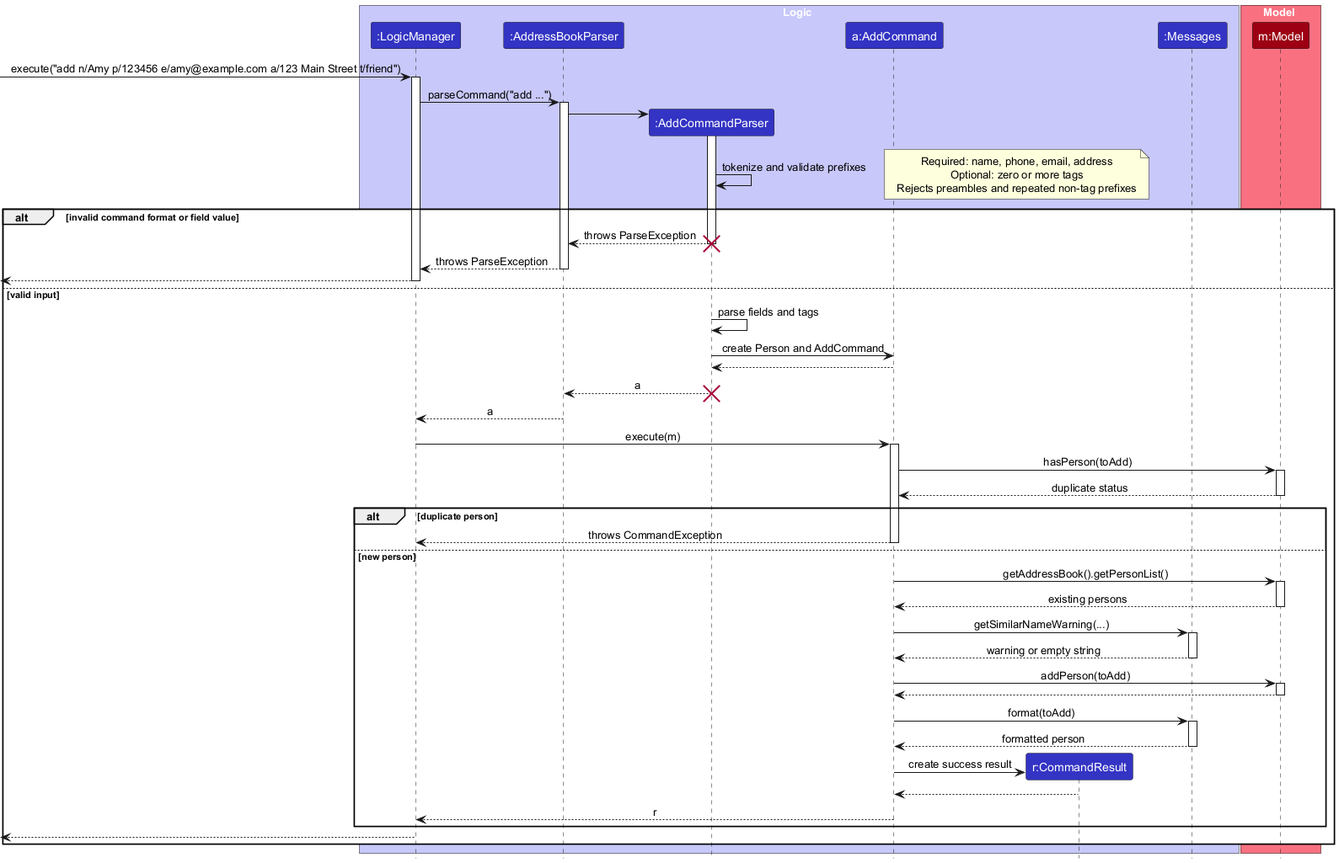
This is docs/images/AddCommandSequenceDiagram.png from AY2627S1-CS2103T-W08-3/tp, a PlantUML export, as it was before one commit. The source it was exported from:
```plantuml
@startuml
!include style.puml
skinparam ArrowFontStyle plain

box Logic LOGIC_COLOR_T1
participant ":LogicManager" as LogicManager LOGIC_COLOR
participant ":AddressBookParser" as AddressBookParser LOGIC_COLOR
participant ":AddCommandParser" as AddCommandParser LOGIC_COLOR
participant "a:AddCommand" as AddCommand LOGIC_COLOR
participant "r:CommandResult" as CommandResult LOGIC_COLOR
participant ":Messages" as Messages LOGIC_COLOR
end box

box Model MODEL_COLOR_T1
participant "m:Model" as Model MODEL_COLOR
end box

[-> LogicManager : execute("add n/Amy p/123456 e/amy@example.com a/123 Main Street t/friend")
activate LogicManager

LogicManager -> AddressBookParser : parseCommand("add ...")
activate AddressBookParser

create AddCommandParser
AddressBookParser -> AddCommandParser
activate AddCommandParser

AddCommandParser -> AddCommandParser : tokenize and validate prefixes
note right
Required: name, phone, email, address
Optional: zero or more tags
Rejects preambles and repeated non-tag prefixes
end note

alt invalid command format or field value
    AddCommandParser --> AddressBookParser : throws ParseException
    destroy AddCommandParser
    AddressBookParser --> LogicManager : throws ParseException
    deactivate AddressBookParser
    [<--LogicManager
    deactivate LogicManager
else valid input
    AddCommandParser -> AddCommandParser : parse fields and tags
    AddCommandParser -> AddCommand : create Person and AddCommand
    AddCommand --> AddCommandParser
    AddCommandParser --> AddressBookParser : a
    deactivate AddCommandParser
    destroy AddCommandParser

    AddressBookParser --> LogicManager : a
    deactivate AddressBookParser

    LogicManager -> AddCommand : execute(m)
    activate AddCommand
    AddCommand -> Model : hasPerson(toAdd)
    activate Model
    Model --> AddCommand : duplicate status
    deactivate Model

    alt duplicate person
        AddCommand --> LogicManager : throws CommandException
        deactivate AddCommand
    else new person
        AddCommand -> Model : getAddressBook().getPersonList()
        activate Model
        Model --> AddCommand : existing persons
        deactivate Model
        AddCommand -> Messages : getSimilarNameWarning(...)
        activate Messages
        Messages --> AddCommand : warning or empty string
        deactivate Messages

        AddCommand -> Model : addPerson(toAdd)
        activate Model
        Model --> AddCommand
        deactivate Model
        AddCommand -> Messages : format(toAdd)
        activate Messages
        Messages --> AddCommand : formatted person
        deactivate Messages
        create CommandResult
        AddCommand -> CommandResult : create success result
        CommandResult --> AddCommand
        deactivate CommandResult
        AddCommand --> LogicManager : r
        deactivate AddCommand
    end
    [<--LogicManager
    deactivate LogicManager
end
@enduml
```
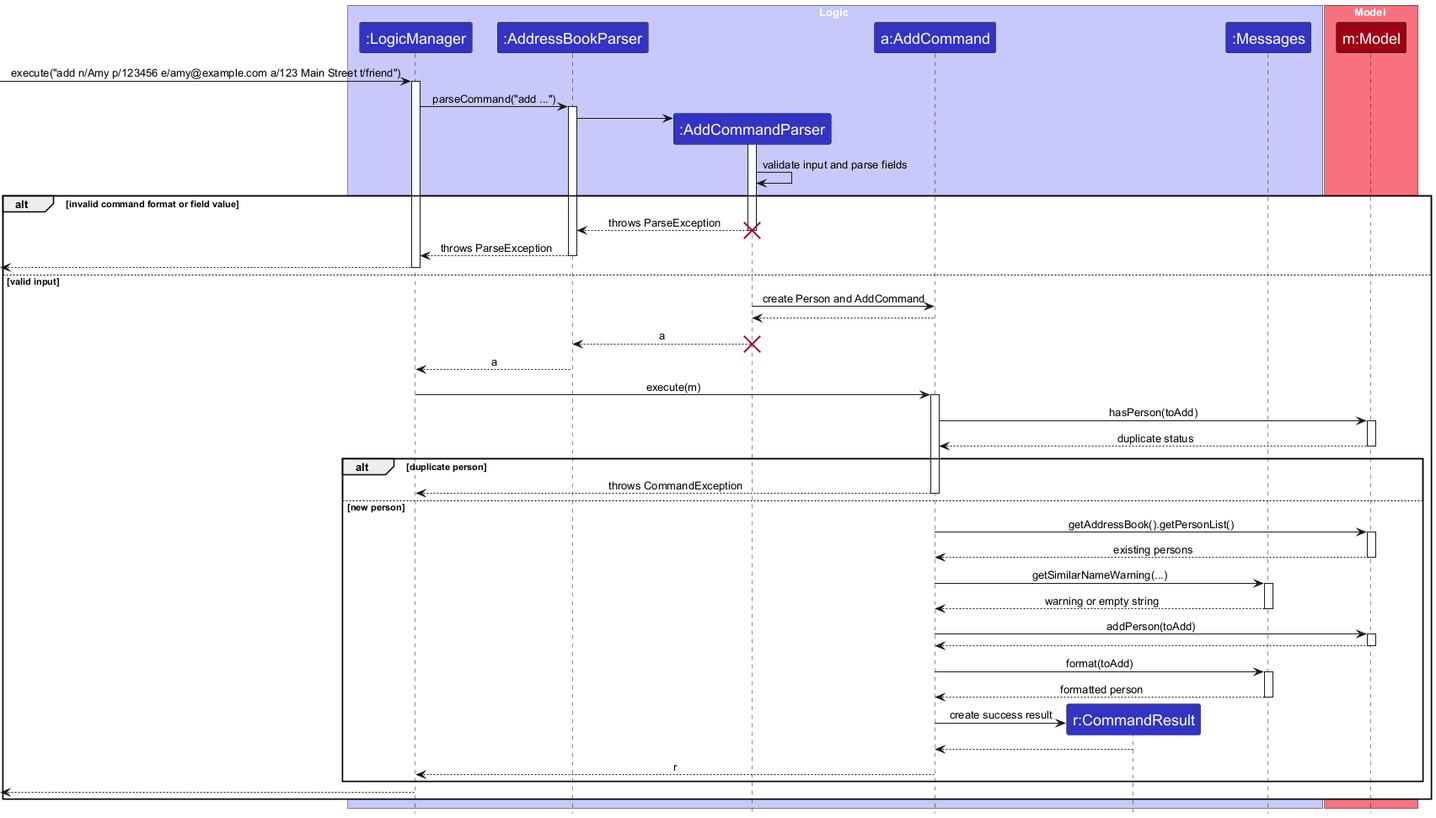
Above is the later version.

Commit message:
Improve Add Command diagram readability

The Add Command sequence diagram is difficult to read at its
previous font size and contains redundant parser annotations.
Increase the diagram fonts, simplify the parser flow, and renumber
the Developer Guide steps for clearer presentation.

Diff of the diagram source:
```diff
@@ -1,6 +1,9 @@
 @startuml
 !include style.puml
 skinparam ArrowFontStyle plain
+skinparam ParticipantFontSize 18
+skinparam SequenceMessageFontSize 17
+skinparam SequenceBoxFontSize 18
 
 box Logic LOGIC_COLOR_T1
 participant ":LogicManager" as LogicManager LOGIC_COLOR
@@ -25,12 +28,7 @@
 AddressBookParser -> AddCommandParser
 activate AddCommandParser
 
-AddCommandParser -> AddCommandParser : tokenize and validate prefixes
-note right
-Required: name, phone, email, address
-Optional: zero or more tags
-Rejects preambles and repeated non-tag prefixes
-end note
+AddCommandParser -> AddCommandParser : validate input and parse fields
 
 alt invalid command format or field value
     AddCommandParser --> AddressBookParser : throws ParseException
@@ -40,7 +38,6 @@
     [<--LogicManager
     deactivate LogicManager
 else valid input
-    AddCommandParser -> AddCommandParser : parse fields and tags
     AddCommandParser -> AddCommand : create Person and AddCommand
     AddCommand --> AddCommandParser
     AddCommandParser --> AddressBookParser : a
```
